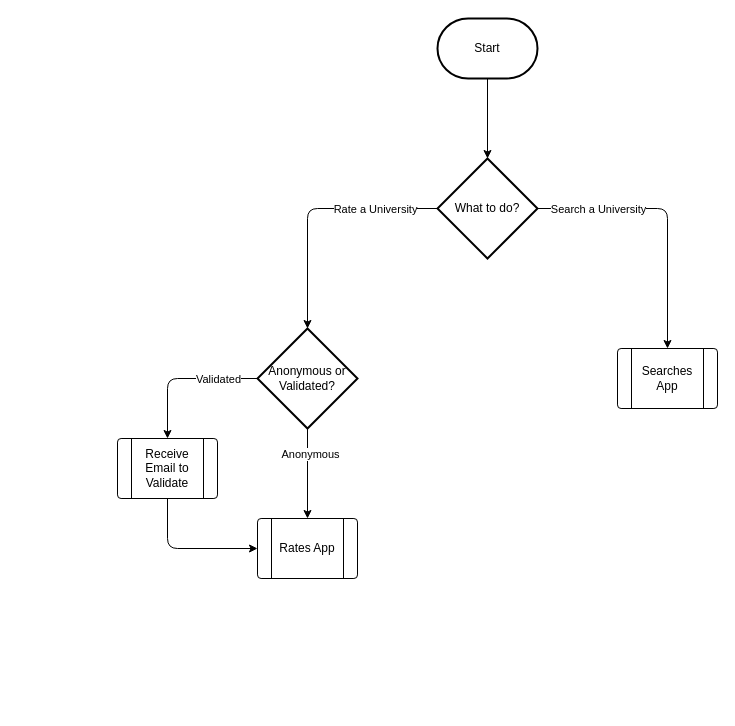
The draw.io diagram page "user-flow" (2 of 3) of .docs/diagrams.drawio in caio-pavesi/rateauni-website, before the edit. Source tidied: cells renumbered, new cells numbered last; positions are measured from the earlier drawing's top-left corner, leaving out a move shared by most shapes. Both pictures are drawn from the tidied source at 100%, with x=0, y=0 at pixel (117, 18).
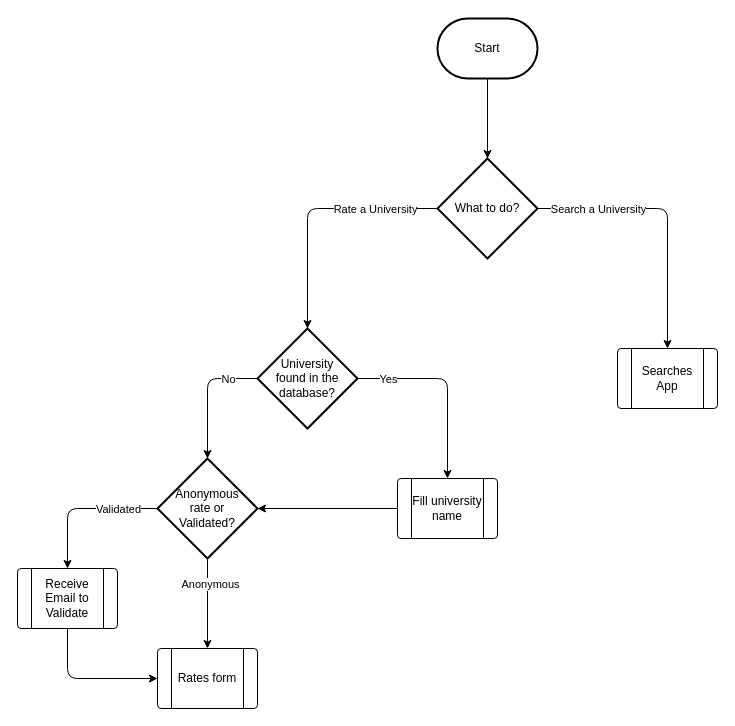
The same page after the edit.

The change refers to these unchanged cells:
```xml
<mxCell id="8" value="What to do?" style="strokeWidth=2;html=1;shape=mxgraph.flowchart.decision;whiteSpace=wrap;" parent="1" vertex="1">
  <mxGeometry x="320" y="140" width="100" height="100" as="geometry" />
</mxCell>
```

Diff of the diagram source:
```diff
@@
-    <mxCell id="4" style="edgeStyle=none;html=1;exitX=0;exitY=0.5;exitDx=0;exitDy=0;exitPerimeter=0;entryX=0.5;entryY=0;entryDx=0;entryDy=0;entryPerimeter=0;" parent="1" edge="1" source="8" target="13">
+    <mxCell id="4" style="edgeStyle=none;html=1;exitX=0;exitY=0.5;exitDx=0;exitDy=0;exitPerimeter=0;entryX=0.5;entryY=0;entryDx=0;entryDy=0;entryPerimeter=0;" parent="1" edge="1" source="8" target="27">
       <mxGeometry relative="1" as="geometry">
         <Array as="points">
           <mxPoint x="190" y="190" />
         </Array>
       </mxGeometry>
     </mxCell>
@@
-    <mxCell id="9" style="edgeStyle=none;html=1;exitX=0.5;exitY=1;exitDx=0;exitDy=0;exitPerimeter=0;entryX=0.5;entryY=0;entryDx=0;entryDy=0;" parent="1" edge="1" source="13" target="15">
-      <mxGeometry relative="1" as="geometry" />
-    </mxCell>
+    <mxCell id="14" value="Searches App" style="verticalLabelPosition=middle;verticalAlign=middle;html=1;shape=process;whiteSpace=wrap;rounded=1;size=0.14;arcSize=6;labelPosition=center;align=center;" parent="1" vertex="1">
+      <mxGeometry x="500" y="330" width="100" height="60" as="geometry" />
+    </mxCell>
+    <mxCell id="18" style="edgeStyle=none;html=1;exitX=0.5;exitY=1;exitDx=0;exitDy=0;exitPerimeter=0;entryX=0.5;entryY=0;entryDx=0;entryDy=0;" parent="1" edge="1" source="20" target="21">
+      <mxGeometry relative="1" as="geometry" />
+    </mxCell>
-    <mxCell id="10" value="Anonymous" style="edgeLabel;html=1;align=center;verticalAlign=middle;" parent="9" vertex="1">
+    <mxCell id="10" value="Anonymous" style="edgeLabel;html=1;align=center;verticalAlign=middle;" parent="18" vertex="1">
       <mxGeometry x="-0.45" y="2" relative="1" as="geometry" />
     </mxCell>
-    <mxCell id="11" style="edgeStyle=none;html=1;exitX=0;exitY=0.5;exitDx=0;exitDy=0;exitPerimeter=0;entryX=0.5;entryY=0;entryDx=0;entryDy=0;" parent="1" edge="1" source="13" target="17">
-      <mxGeometry relative="1" as="geometry">
-        <Array as="points">
-          <mxPoint x="50" y="360" />
-        </Array>
-      </mxGeometry>
-    </mxCell>
+    <mxCell id="19" style="edgeStyle=none;html=1;exitX=0;exitY=0.5;exitDx=0;exitDy=0;exitPerimeter=0;entryX=0.5;entryY=0;entryDx=0;entryDy=0;" parent="1" edge="1" source="20" target="17">
+      <mxGeometry relative="1" as="geometry">
+        <Array as="points">
+          <mxPoint x="-50" y="490" />
+        </Array>
+      </mxGeometry>
+    </mxCell>
-    <mxCell id="12" value="Validated" style="edgeLabel;html=1;align=center;verticalAlign=middle;" parent="11" vertex="1">
+    <mxCell id="12" value="Validated" style="edgeLabel;html=1;align=center;verticalAlign=middle;" parent="19" vertex="1">
       <mxGeometry x="-0.51" y="-1" relative="1" as="geometry">
         <mxPoint x="-3" y="1" as="offset" />
       </mxGeometry>
     </mxCell>
-    <mxCell id="13" value="Anonymous or Validated?" style="strokeWidth=2;html=1;shape=mxgraph.flowchart.decision;whiteSpace=wrap;" parent="1" vertex="1">
-      <mxGeometry x="140" y="310" width="100" height="100" as="geometry" />
-    </mxCell>
-    <mxCell id="14" value="Searches App" style="verticalLabelPosition=middle;verticalAlign=middle;html=1;shape=process;whiteSpace=wrap;rounded=1;size=0.14;arcSize=6;labelPosition=center;align=center;" parent="1" vertex="1">
-      <mxGeometry x="500" y="330" width="100" height="60" as="geometry" />
-    </mxCell>
-    <mxCell id="15" value="Rates App" style="verticalLabelPosition=middle;verticalAlign=middle;html=1;shape=process;whiteSpace=wrap;rounded=1;size=0.14;arcSize=6;labelPosition=center;align=center;" parent="1" vertex="1">
-      <mxGeometry x="140" y="500" width="100" height="60" as="geometry" />
-    </mxCell>
-    <mxCell id="16" style="edgeStyle=none;html=1;exitX=0.5;exitY=1;exitDx=0;exitDy=0;entryX=0;entryY=0.5;entryDx=0;entryDy=0;" parent="1" edge="1" source="17" target="15">
-      <mxGeometry relative="1" as="geometry">
-        <Array as="points">
-          <mxPoint x="50" y="530" />
-        </Array>
-      </mxGeometry>
-    </mxCell>
+    <mxCell id="20" value="Anonymous&lt;br&gt;rate or&lt;br&gt;Validated?" style="strokeWidth=2;html=1;shape=mxgraph.flowchart.decision;whiteSpace=wrap;" parent="1" vertex="1">
+      <mxGeometry x="40" y="440" width="100" height="100" as="geometry" />
+    </mxCell>
+    <mxCell id="21" value="Rates form" style="verticalLabelPosition=middle;verticalAlign=middle;html=1;shape=process;whiteSpace=wrap;rounded=1;size=0.14;arcSize=6;labelPosition=center;align=center;" parent="1" vertex="1">
+      <mxGeometry x="40" y="630" width="100" height="60" as="geometry" />
+    </mxCell>
+    <mxCell id="22" style="edgeStyle=none;html=1;exitX=0.5;exitY=1;exitDx=0;exitDy=0;entryX=0;entryY=0.5;entryDx=0;entryDy=0;" parent="1" edge="1" source="17" target="21">
+      <mxGeometry relative="1" as="geometry">
+        <Array as="points">
+          <mxPoint x="-50" y="660" />
+        </Array>
+      </mxGeometry>
+    </mxCell>
     <mxCell id="17" value="Receive Email to Validate" style="verticalLabelPosition=middle;verticalAlign=middle;html=1;shape=process;whiteSpace=wrap;rounded=1;size=0.14;arcSize=6;labelPosition=center;align=center;" parent="1" vertex="1">
-      <mxGeometry y="420" width="100" height="60" as="geometry" />
+      <mxGeometry x="-100" y="550" width="100" height="60" as="geometry" />
     </mxCell>
+    <mxCell id="23" style="edgeStyle=none;html=1;exitX=1;exitY=0.5;exitDx=0;exitDy=0;exitPerimeter=0;entryX=0.5;entryY=0;entryDx=0;entryDy=0;" parent="1" edge="1" source="27" target="29">
+      <mxGeometry relative="1" as="geometry">
+        <Array as="points">
+          <mxPoint x="330" y="360" />
+        </Array>
+      </mxGeometry>
+    </mxCell>
+    <mxCell id="24" value="Yes" style="edgeLabel;html=1;align=center;verticalAlign=middle;" parent="23" vertex="1">
+      <mxGeometry x="-0.25" y="1" relative="1" as="geometry">
+        <mxPoint x="-41" y="1" as="offset" />
+      </mxGeometry>
+    </mxCell>
+    <mxCell id="25" style="edgeStyle=none;html=1;exitX=0;exitY=0.5;exitDx=0;exitDy=0;exitPerimeter=0;entryX=0.5;entryY=0;entryDx=0;entryDy=0;entryPerimeter=0;" parent="1" edge="1" source="27" target="20">
+      <mxGeometry relative="1" as="geometry">
+        <Array as="points">
+          <mxPoint x="90" y="360" />
+        </Array>
+      </mxGeometry>
+    </mxCell>
+    <mxCell id="26" value="No" style="edgeLabel;html=1;align=center;verticalAlign=middle;" parent="25" vertex="1">
+      <mxGeometry x="0.08" y="2" relative="1" as="geometry">
+        <mxPoint x="18" y="-20" as="offset" />
+      </mxGeometry>
+    </mxCell>
+    <mxCell id="27" value="University&lt;br&gt;found in the database?" style="strokeWidth=2;html=1;shape=mxgraph.flowchart.decision;whiteSpace=wrap;" parent="1" vertex="1">
+      <mxGeometry x="140" y="310" width="100" height="100" as="geometry" />
+    </mxCell>
+    <mxCell id="28" style="edgeStyle=none;html=1;exitX=0;exitY=0.5;exitDx=0;exitDy=0;entryX=1;entryY=0.5;entryDx=0;entryDy=0;entryPerimeter=0;" parent="1" edge="1" source="29" target="20">
+      <mxGeometry relative="1" as="geometry" />
+    </mxCell>
+    <mxCell id="29" value="Fill university name" style="verticalLabelPosition=middle;verticalAlign=middle;html=1;shape=process;whiteSpace=wrap;rounded=1;size=0.14;arcSize=6;labelPosition=center;align=center;" parent="1" vertex="1">
+      <mxGeometry x="280" y="460" width="100" height="60" as="geometry" />
+    </mxCell>
```
